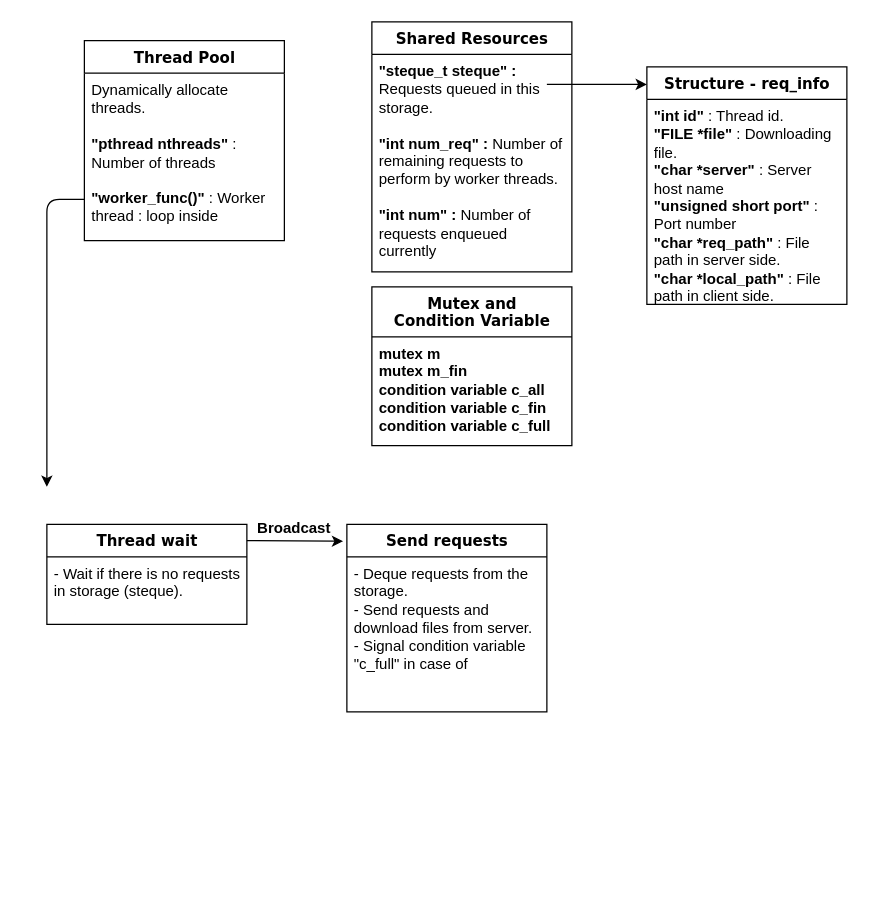
Above: pr-second.drawio in kimilg/drawings (draw.io), before the change. Source tidied: cells renumbered, new cells numbered last; positions are measured from the earlier drawing's top-left corner, leaving out a move shared by most shapes. Both pictures are drawn from the tidied source at 125%, with x=0, y=0 at pixel (46, 21).
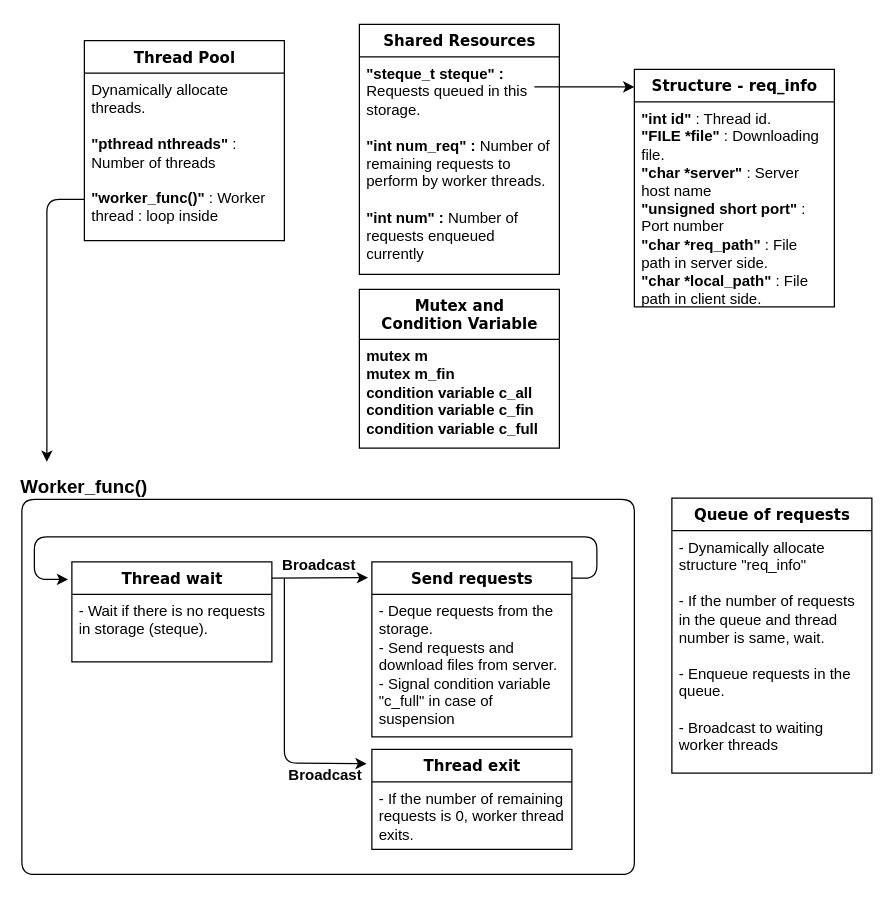
The same page after the edit.

Unchanged cells that the change refers to:
```xml
<mxCell id="2" value="Thread Pool" style="swimlane;html=1;fontStyle=1;align=center;verticalAlign=top;horizontal=1;startSize=26;swimlaneFillColor=#ffffff;rounded=0;shadow=0;comic=0;labelBackgroundColor=none;strokeWidth=1;fillColor=none;fontFamily=Verdana;fontSize=12;" parent="1" vertex="1">
  <mxGeometry x="30" y="15" width="160" height="160" as="geometry" />
</mxCell>
```

Diff of the diagram source:
```diff
@@
     <mxCell id="4" style="endArrow=classic;html=1;" parent="2" edge="1">
       <mxGeometry relative="1" as="geometry">
         <mxPoint y="127" as="sourcePoint" />
-        <mxPoint x="-30" y="357" as="targetPoint" />
+        <mxPoint x="-30" y="337" as="targetPoint" />
         <Array as="points">
           <mxPoint x="-30" y="127" />
         </Array>
       </mxGeometry>
     </mxCell>
     <mxCell id="5" value="Shared Resources" style="swimlane;html=1;fontStyle=1;align=center;verticalAlign=top;horizontal=1;startSize=26;swimlaneFillColor=#ffffff;rounded=0;shadow=0;comic=0;labelBackgroundColor=none;strokeWidth=1;fillColor=none;fontFamily=Verdana;fontSize=12;" parent="1" vertex="1">
-      <mxGeometry x="260" width="160" height="200" as="geometry" />
+      <mxGeometry x="250" y="2" width="160" height="200" as="geometry" />
     </mxCell>
@@
     <mxCell id="7" value="Mutex and &lt;br&gt;Condition Variable" style="swimlane;html=1;fontStyle=1;align=center;verticalAlign=top;horizontal=1;startSize=40;swimlaneFillColor=#ffffff;rounded=0;shadow=0;comic=0;labelBackgroundColor=none;strokeWidth=1;fillColor=none;fontFamily=Verdana;fontSize=12;" parent="1" vertex="1">
-      <mxGeometry x="260" y="212" width="160" height="127" as="geometry" />
+      <mxGeometry x="250" y="214" width="160" height="127" as="geometry" />
     </mxCell>
@@
     <mxCell id="9" value="Structure - req_info" style="swimlane;html=1;fontStyle=1;align=center;verticalAlign=top;horizontal=1;startSize=26;swimlaneFillColor=#ffffff;rounded=0;shadow=0;comic=0;labelBackgroundColor=none;strokeWidth=1;fillColor=none;fontFamily=Verdana;fontSize=12;" parent="1" vertex="1">
-      <mxGeometry x="480" y="36" width="160" height="190" as="geometry" />
+      <mxGeometry x="470" y="38" width="160" height="190" as="geometry" />
     </mxCell>
@@
     <mxCell id="11" style="endArrow=classic;html=1;" parent="1" edge="1">
       <mxGeometry relative="1" as="geometry">
-        <mxPoint x="400" y="50" as="sourcePoint" />
-        <mxPoint x="480" y="50" as="targetPoint" />
+        <mxPoint x="390" y="52" as="sourcePoint" />
+        <mxPoint x="470" y="52" as="targetPoint" />
       </mxGeometry>
     </mxCell>
     <mxCell id="12" value="Thread wait" style="swimlane;html=1;fontStyle=1;align=center;verticalAlign=top;horizontal=1;startSize=26;swimlaneFillColor=#ffffff;rounded=0;shadow=0;comic=0;labelBackgroundColor=none;strokeWidth=1;fillColor=none;fontFamily=Verdana;fontSize=12;" parent="1" vertex="1">
-      <mxGeometry y="402" width="160" height="80" as="geometry" />
+      <mxGeometry x="20" y="432" width="160" height="80" as="geometry" />
     </mxCell>
@@
     <mxCell id="14" style="endArrow=classic;html=1;entryX=-0.019;entryY=0.09;entryDx=0;entryDy=0;entryPerimeter=0;" parent="1" edge="1" target="15">
       <mxGeometry relative="1" as="geometry">
-        <mxPoint x="160" y="415" as="sourcePoint" />
+        <mxPoint x="180" y="445" as="sourcePoint" />
       </mxGeometry>
     </mxCell>
     <mxCell id="15" value="Send requests" style="swimlane;html=1;fontStyle=1;align=center;verticalAlign=top;horizontal=1;startSize=26;swimlaneFillColor=#ffffff;rounded=0;shadow=0;comic=0;labelBackgroundColor=none;strokeWidth=1;fillColor=none;fontFamily=Verdana;fontSize=12;" parent="1" vertex="1">
-      <mxGeometry x="240" y="402" width="160" height="150" as="geometry" />
+      <mxGeometry x="260" y="432" width="160" height="140" as="geometry" />
     </mxCell>
-    <mxCell id="16" value="&lt;span&gt;- Deque requests from the storage.&lt;br&gt;- Send requests and download files from server.&lt;br&gt;- Signal condition variable &quot;c_full&quot; in case of&amp;nbsp;&lt;br&gt;&lt;/span&gt;" style="text;html=1;strokeColor=none;fillColor=none;align=left;verticalAlign=top;spacingLeft=4;spacingRight=4;whiteSpace=wrap;overflow=hidden;" parent="15" vertex="1">
-      <mxGeometry y="26" width="160" height="124" as="geometry" />
+    <mxCell id="16" value="&lt;span&gt;- Deque requests from the storage.&lt;br&gt;- Send requests and download files from server.&lt;br&gt;- Signal condition variable &quot;c_full&quot; in case of suspension&lt;br&gt;&lt;/span&gt;" style="text;html=1;strokeColor=none;fillColor=none;align=left;verticalAlign=top;spacingLeft=4;spacingRight=4;whiteSpace=wrap;overflow=hidden;" parent="15" vertex="1">
+      <mxGeometry y="26" width="160" height="114" as="geometry" />
     </mxCell>
     <mxCell id="17" value="Broadcast" style="text;html=1;strokeColor=none;fillColor=none;align=center;verticalAlign=middle;whiteSpace=wrap;rounded=0;fontStyle=1;" parent="1" vertex="1">
-      <mxGeometry x="178" y="395" width="40" height="20" as="geometry" />
+      <mxGeometry x="198" y="425" width="40" height="20" as="geometry" />
     </mxCell>
+    <mxCell id="18" value="Thread exit" style="swimlane;html=1;fontStyle=1;align=center;verticalAlign=top;horizontal=1;startSize=26;swimlaneFillColor=#ffffff;rounded=0;shadow=0;comic=0;labelBackgroundColor=none;strokeWidth=1;fillColor=none;fontFamily=Verdana;fontSize=12;" parent="1" vertex="1">
+      <mxGeometry x="260" y="582" width="160" height="80" as="geometry" />
+    </mxCell>
+    <mxCell id="19" value="&lt;span&gt;- If the number of remaining requests is 0, worker thread exits.&lt;br&gt;&lt;/span&gt;" style="text;html=1;strokeColor=none;fillColor=none;align=left;verticalAlign=top;spacingLeft=4;spacingRight=4;whiteSpace=wrap;overflow=hidden;" parent="18" vertex="1">
+      <mxGeometry y="26" width="160" height="54" as="geometry" />
+    </mxCell>
+    <mxCell id="20" value="Broadcast" style="text;html=1;strokeColor=none;fillColor=none;align=center;verticalAlign=middle;whiteSpace=wrap;rounded=0;fontStyle=1;" parent="1" vertex="1">
+      <mxGeometry x="203" y="593" width="40" height="20" as="geometry" />
+    </mxCell>
+    <mxCell id="21" style="endArrow=classic;html=1;entryX=-0.026;entryY=0.143;entryDx=0;entryDy=0;entryPerimeter=0;" parent="1" edge="1" target="18">
+      <mxGeometry relative="1" as="geometry">
+        <mxPoint x="190" y="445" as="sourcePoint" />
+        <Array as="points">
+          <mxPoint x="190" y="593" />
+        </Array>
+      </mxGeometry>
+    </mxCell>
+    <mxCell id="22" style="endArrow=classic;html=1;entryX=-0.019;entryY=0.175;entryDx=0;entryDy=0;entryPerimeter=0;" parent="1" edge="1" target="12">
+      <mxGeometry relative="1" as="geometry">
+        <mxPoint x="420" y="445" as="sourcePoint" />
+        <Array as="points">
+          <mxPoint x="440" y="445" />
+          <mxPoint x="440" y="412" />
+          <mxPoint x="-10" y="412" />
+          <mxPoint x="-10" y="446" />
+        </Array>
+      </mxGeometry>
+    </mxCell>
+    <mxCell id="23" style="endArrow=none;html=1;" parent="1" edge="1">
+      <mxGeometry relative="1" as="geometry">
+        <mxPoint x="50" y="382" as="sourcePoint" />
+        <mxPoint x="50" y="382" as="targetPoint" />
+        <Array as="points">
+          <mxPoint x="470" y="382" />
+          <mxPoint x="470" y="682" />
+          <mxPoint x="-20" y="682" />
+          <mxPoint x="-20" y="382" />
+        </Array>
+      </mxGeometry>
+    </mxCell>
+    <mxCell id="24" value="&lt;b&gt;&lt;font style=&quot;font-size: 15px&quot;&gt;Worker_func()&lt;/font&gt;&lt;/b&gt;" style="text;html=1;strokeColor=none;fillColor=none;align=center;verticalAlign=middle;whiteSpace=wrap;rounded=0;glass=0;" parent="1" vertex="1">
+      <mxGeometry x="10" y="361" width="40" height="20" as="geometry" />
+    </mxCell>
+    <mxCell id="25" value="Queue of requests" style="swimlane;html=1;fontStyle=1;align=center;verticalAlign=top;horizontal=1;startSize=26;swimlaneFillColor=#ffffff;rounded=0;shadow=0;comic=0;labelBackgroundColor=none;strokeWidth=1;fillColor=none;fontFamily=Verdana;fontSize=12;" parent="1" vertex="1">
+      <mxGeometry x="500" y="381" width="160" height="220" as="geometry" />
+    </mxCell>
+    <mxCell id="26" value="- Dynamically allocate structure &quot;req_info&quot;&lt;br&gt;&lt;br&gt;- If the number of requests in the queue and thread number is same, wait.&lt;br&gt;&lt;br&gt;- Enqueue requests in the queue.&lt;br&gt;&lt;br&gt;- Broadcast to waiting worker threads" style="text;html=1;strokeColor=none;fillColor=none;align=left;verticalAlign=top;spacingLeft=4;spacingRight=4;whiteSpace=wrap;overflow=hidden;" parent="25" vertex="1">
+      <mxGeometry y="26" width="160" height="194" as="geometry" />
+    </mxCell>
```
